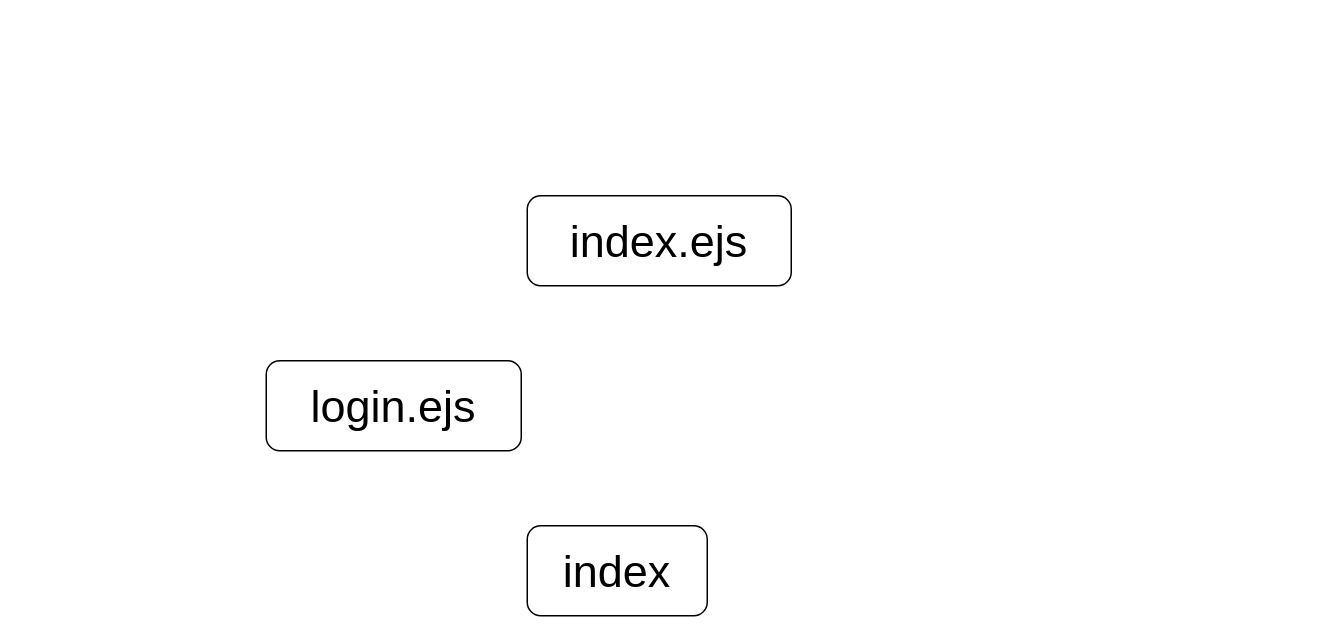
Before: Untitled Diagram.drawio in milkeddy1/monogoDB-atlas, a draw.io diagram. Source tidied: cells renumbered, new cells numbered last; positions are measured from the earlier drawing's top-left corner, leaving out a move shared by most shapes. Both pictures are drawn from the tidied source at 150%, with x=0, y=0 at pixel (266, 195).
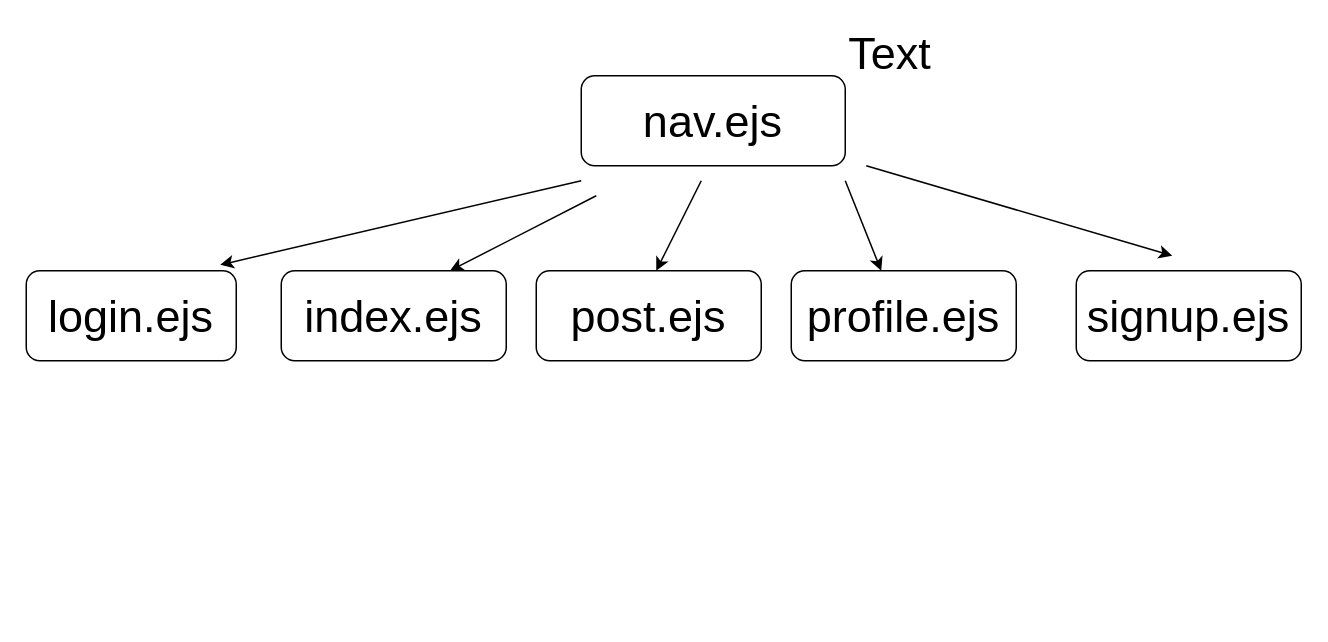
After the change.

What changed in the source:
```diff
@@
 <mxGraphModel>
   <root>
     <mxCell id="0" />
     <mxCell id="1" parent="0" />
     <mxCell id="2" value="&lt;font style=&quot;font-size: 30px&quot;&gt;index.ejs&lt;/font&gt;" style="rounded=1;whiteSpace=wrap;html=1;" parent="1" vertex="1">
-      <mxGeometry x="174" width="176" height="60" as="geometry" />
+      <mxGeometry x="10" y="50" width="150" height="60" as="geometry" />
     </mxCell>
-    <mxCell id="3" value="&lt;font style=&quot;font-size: 30px&quot;&gt;index&lt;/font&gt;" style="rounded=1;whiteSpace=wrap;html=1;" parent="1" vertex="1">
-      <mxGeometry x="174" y="220" width="120" height="60" as="geometry" />
-    </mxCell>
     <mxCell id="4" value="&lt;span style=&quot;font-size: 30px&quot;&gt;login.ejs&lt;/span&gt;" style="rounded=1;whiteSpace=wrap;html=1;" parent="1" vertex="1">
-      <mxGeometry y="110" width="170" height="60" as="geometry" />
+      <mxGeometry x="-160" y="50" width="140" height="60" as="geometry" />
     </mxCell>
+    <mxCell id="5" value="&lt;font style=&quot;font-size: 30px&quot;&gt;nav.ejs&lt;/font&gt;" style="rounded=1;whiteSpace=wrap;html=1;" parent="1" vertex="1">
+      <mxGeometry x="210" y="-80" width="176" height="60" as="geometry" />
+    </mxCell>
+    <mxCell id="6" value="&lt;font style=&quot;font-size: 30px&quot;&gt;post.ejs&lt;/font&gt;" style="rounded=1;whiteSpace=wrap;html=1;" parent="1" vertex="1">
+      <mxGeometry x="180" y="50" width="150" height="60" as="geometry" />
+    </mxCell>
+    <mxCell id="7" value="&lt;font style=&quot;font-size: 30px&quot;&gt;profile.ejs&lt;/font&gt;" style="rounded=1;whiteSpace=wrap;html=1;" parent="1" vertex="1">
+      <mxGeometry x="350" y="50" width="150" height="60" as="geometry" />
+    </mxCell>
+    <mxCell id="8" value="&lt;font style=&quot;font-size: 30px&quot;&gt;signup.ejs&lt;/font&gt;" style="rounded=1;whiteSpace=wrap;html=1;" parent="1" vertex="1">
+      <mxGeometry x="540" y="50" width="150" height="60" as="geometry" />
+    </mxCell>
+    <mxCell id="9" style="endArrow=classic;html=1;rounded=0;fontSize=30;entryX=0.924;entryY=-0.066;entryDx=0;entryDy=0;entryPerimeter=0;" parent="1" edge="1" target="4">
+      <mxGeometry relative="1" as="geometry">
+        <mxPoint x="210" y="-10" as="sourcePoint" />
+      </mxGeometry>
+    </mxCell>
+    <mxCell id="10" style="endArrow=classic;html=1;rounded=0;fontSize=30;entryX=0.75;entryY=0;entryDx=0;entryDy=0;" parent="1" edge="1" target="2">
+      <mxGeometry relative="1" as="geometry">
+        <mxPoint x="220" as="sourcePoint" />
+      </mxGeometry>
+    </mxCell>
+    <mxCell id="11" style="endArrow=classic;html=1;rounded=0;fontSize=30;" parent="1" edge="1">
+      <mxGeometry relative="1" as="geometry">
+        <mxPoint x="290" y="-10" as="sourcePoint" />
+        <mxPoint x="260" y="50" as="targetPoint" />
+      </mxGeometry>
+    </mxCell>
+    <mxCell id="12" style="endArrow=classic;html=1;rounded=0;fontSize=30;entryX=0.4;entryY=0;entryDx=0;entryDy=0;entryPerimeter=0;" parent="1" edge="1" target="7">
+      <mxGeometry relative="1" as="geometry">
+        <mxPoint x="386" y="-10" as="sourcePoint" />
+      </mxGeometry>
+    </mxCell>
+    <mxCell id="13" style="endArrow=classic;html=1;rounded=0;fontSize=30;entryX=0.4;entryY=0;entryDx=0;entryDy=0;entryPerimeter=0;" parent="1" edge="1">
+      <mxGeometry relative="1" as="geometry">
+        <mxPoint x="400" y="-20" as="sourcePoint" />
+        <mxPoint x="604" y="40" as="targetPoint" />
+      </mxGeometry>
+    </mxCell>
+    <mxCell id="14" value="Text" style="text;html=1;strokeColor=none;fillColor=none;align=center;verticalAlign=middle;whiteSpace=wrap;rounded=0;fontSize=30;" parent="1" vertex="1">
+      <mxGeometry x="386" y="-110" width="60" height="30" as="geometry" />
+    </mxCell>
   </root>
 </mxGraphModel>
```
